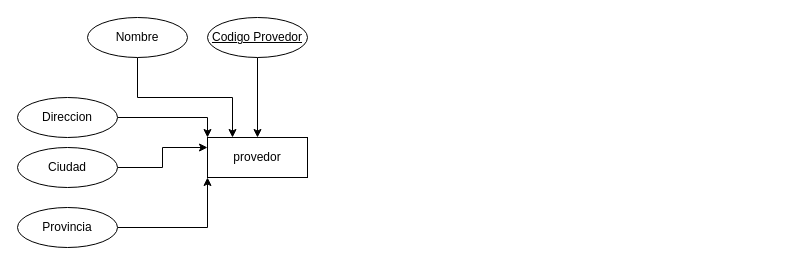
This is Proyectofinal.drawio from IsaiEDC/ACTs-moodels, a draw.io file, before an edit. Source tidied: cells renumbered, new cells numbered last; positions are measured from the earlier drawing's top-left corner, leaving out a move shared by most shapes. Both pictures are drawn from the tidied source at 100%, with x=0, y=0 at pixel (17, 17).
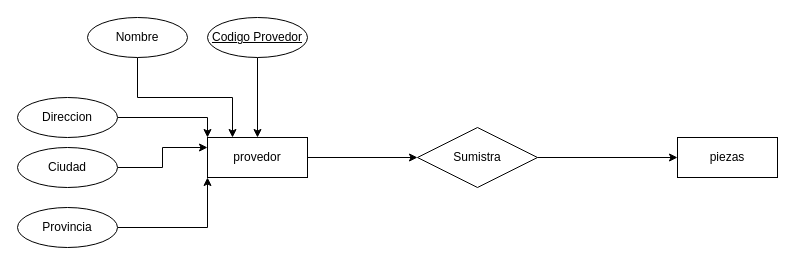
The same page after the edit.

What changed in the source:
```diff
@@
 <mxGraphModel>
   <root>
     <mxCell id="0" />
     <mxCell id="1" parent="0" />
+    <mxCell id="13" style="edgeStyle=orthogonalEdgeStyle;rounded=0;jettySize=auto;html=1;entryX=0;entryY=0.5;entryDx=0;entryDy=0;" parent="1" edge="1" source="2" target="16">
+      <mxGeometry relative="1" as="geometry" />
+    </mxCell>
     <mxCell id="2" value="provedor" style="whiteSpace=wrap;html=1;align=center;" parent="1" vertex="1">
       <mxGeometry x="190" y="120" width="100" height="40" as="geometry" />
     </mxCell>
     <mxCell id="3" style="edgeStyle=orthogonalEdgeStyle;rounded=0;jettySize=auto;html=1;entryX=0;entryY=1;entryDx=0;entryDy=0;" parent="1" edge="1" source="4" target="2">
       <mxGeometry relative="1" as="geometry" />
     </mxCell>
     <mxCell id="4" value="Provincia" style="ellipse;whiteSpace=wrap;html=1;align=center;" parent="1" vertex="1">
       <mxGeometry y="190" width="100" height="40" as="geometry" />
     </mxCell>
     <mxCell id="5" style="edgeStyle=orthogonalEdgeStyle;rounded=0;jettySize=auto;html=1;entryX=0;entryY=0.25;entryDx=0;entryDy=0;" parent="1" edge="1" source="6" target="2">
       <mxGeometry relative="1" as="geometry" />
     </mxCell>
     <mxCell id="6" value="Ciudad" style="ellipse;whiteSpace=wrap;html=1;align=center;" parent="1" vertex="1">
       <mxGeometry y="130" width="100" height="40" as="geometry" />
     </mxCell>
     <mxCell id="7" style="edgeStyle=orthogonalEdgeStyle;rounded=0;jettySize=auto;html=1;entryX=0;entryY=0;entryDx=0;entryDy=0;" parent="1" edge="1" source="8" target="2">
       <mxGeometry relative="1" as="geometry" />
     </mxCell>
     <mxCell id="8" value="Direccion" style="ellipse;whiteSpace=wrap;html=1;align=center;" parent="1" vertex="1">
       <mxGeometry y="80" width="100" height="40" as="geometry" />
     </mxCell>
     <mxCell id="9" style="edgeStyle=orthogonalEdgeStyle;rounded=0;jettySize=auto;html=1;entryX=0.25;entryY=0;entryDx=0;entryDy=0;exitX=0.5;exitY=1;exitDx=0;exitDy=0;" parent="1" edge="1" source="10" target="2">
       <mxGeometry relative="1" as="geometry" />
     </mxCell>
     <mxCell id="10" value="Nombre" style="ellipse;whiteSpace=wrap;html=1;align=center;" parent="1" vertex="1">
       <mxGeometry x="70" width="100" height="40" as="geometry" />
     </mxCell>
     <mxCell id="11" style="edgeStyle=orthogonalEdgeStyle;rounded=0;jettySize=auto;html=1;entryX=0.5;entryY=0;entryDx=0;entryDy=0;" parent="1" edge="1" source="12" target="2">
       <mxGeometry relative="1" as="geometry" />
     </mxCell>
     <mxCell id="12" value="Codigo Provedor" style="ellipse;whiteSpace=wrap;html=1;align=center;fontStyle=4;" parent="1" vertex="1">
       <mxGeometry x="190" width="100" height="40" as="geometry" />
     </mxCell>
+    <mxCell id="14" value="piezas" style="whiteSpace=wrap;html=1;align=center;" parent="1" vertex="1">
+      <mxGeometry x="660" y="120" width="100" height="40" as="geometry" />
+    </mxCell>
+    <mxCell id="15" style="edgeStyle=orthogonalEdgeStyle;rounded=0;jettySize=auto;html=1;entryX=0;entryY=0.5;entryDx=0;entryDy=0;" parent="1" edge="1" source="16" target="14">
+      <mxGeometry relative="1" as="geometry" />
+    </mxCell>
+    <mxCell id="16" value="Sumistra" style="shape=rhombus;perimeter=rhombusPerimeter;whiteSpace=wrap;html=1;align=center;" parent="1" vertex="1">
+      <mxGeometry x="400" y="110" width="120" height="60" as="geometry" />
+    </mxCell>
   </root>
 </mxGraphModel>
```
